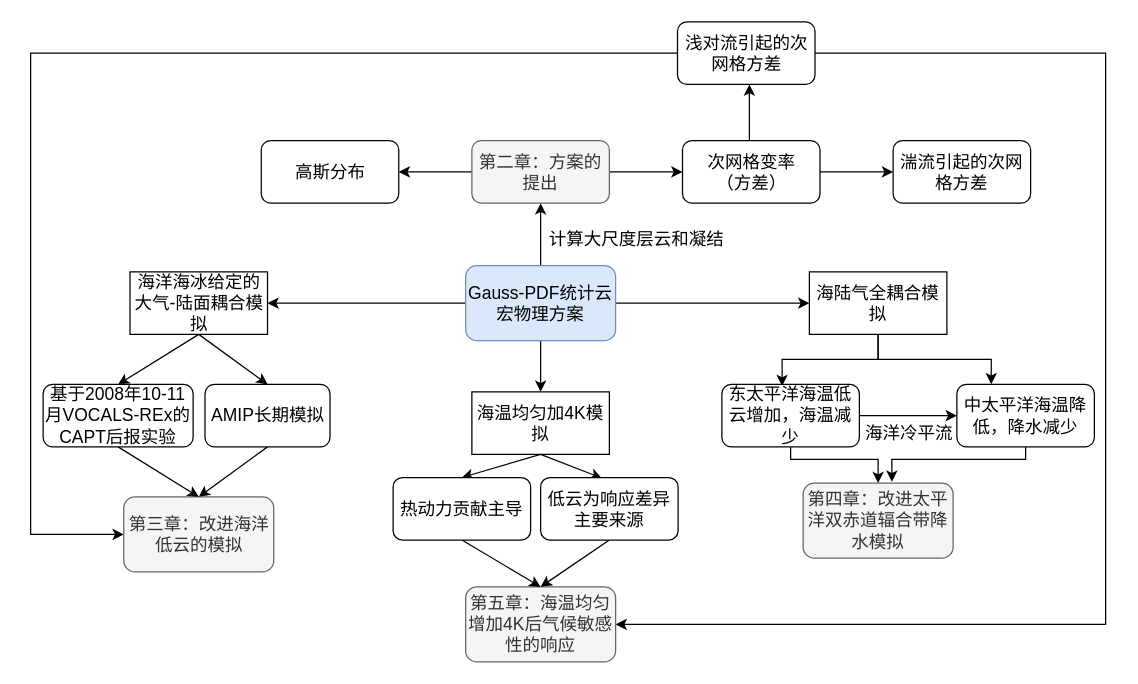
The draw.io diagram dissertation-technique flowchart.drawio in qinyia/drawio.output, before the edit. Source tidied: cells renumbered, new cells numbered last; positions are measured from the earlier drawing's top-left corner, leaving out a move shared by most shapes. Both pictures are drawn from the tidied source at 125%, with x=0, y=0 at pixel (30, 21).
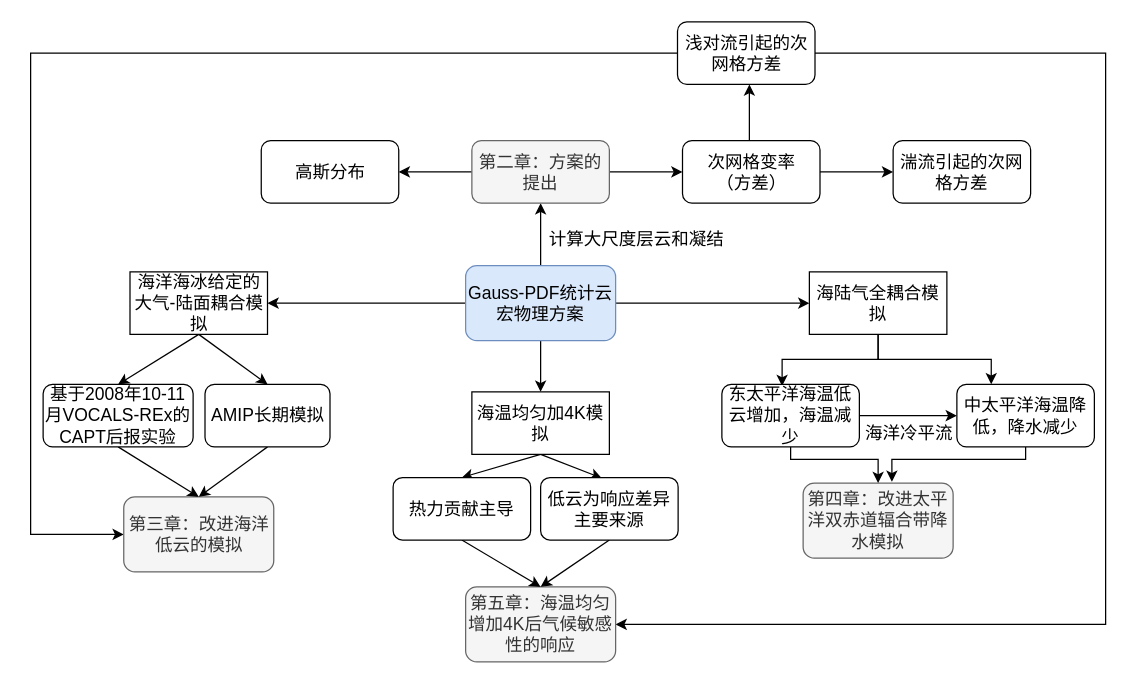
After the change.

Diff of the diagram source:
```diff
@@
-    <mxCell id="42" value="热动力贡献主导" style="rounded=1;whiteSpace=wrap;html=1;fontSize=14;" parent="1" vertex="1">
+    <mxCell id="42" value="热力贡献主导" style="rounded=1;whiteSpace=wrap;html=1;fontSize=14;" parent="1" vertex="1">
       <mxGeometry x="290" y="364.5" width="110" height="50" as="geometry" />
     </mxCell>
```
